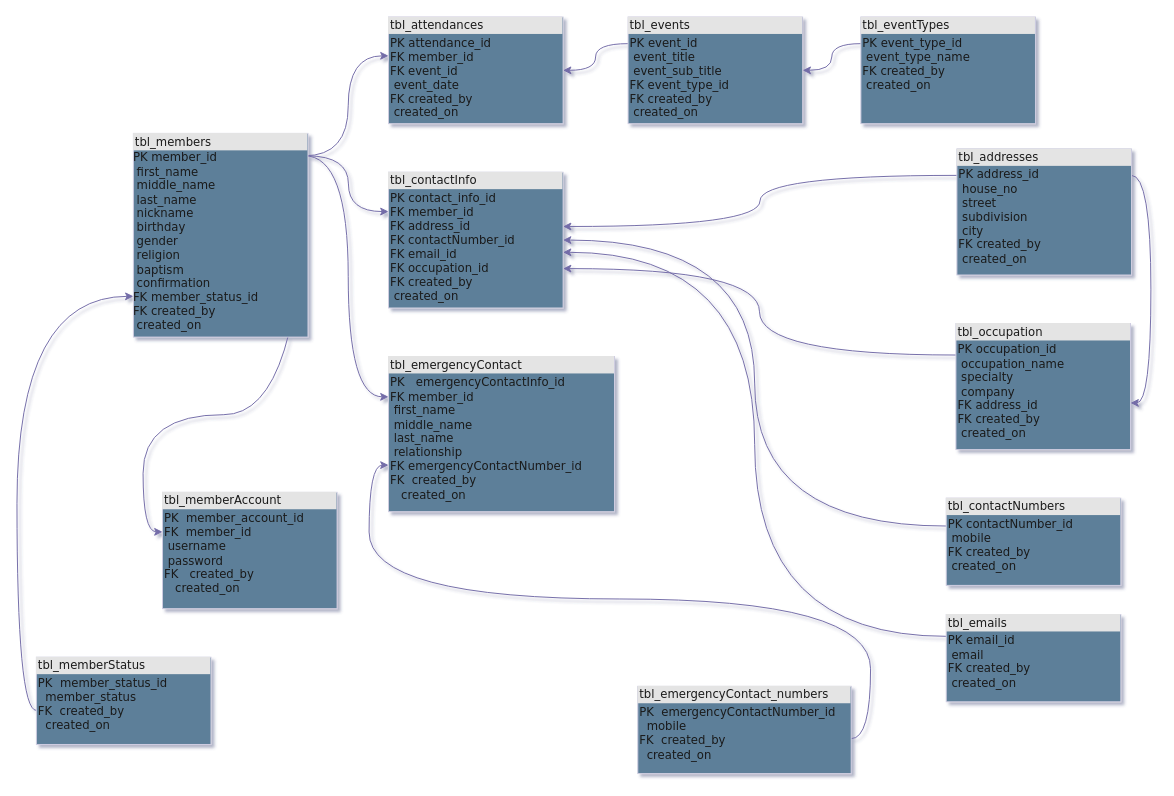
Before: BLD-App ERD.drawio in jbas1003/bld-app, a draw.io diagram. Source tidied: cells renumbered, new cells numbered last; positions are measured from the earlier drawing's top-left corner, leaving out a move shared by most shapes. Both pictures are drawn from the tidied source at 97%, with x=0, y=0 at pixel (36, 16).
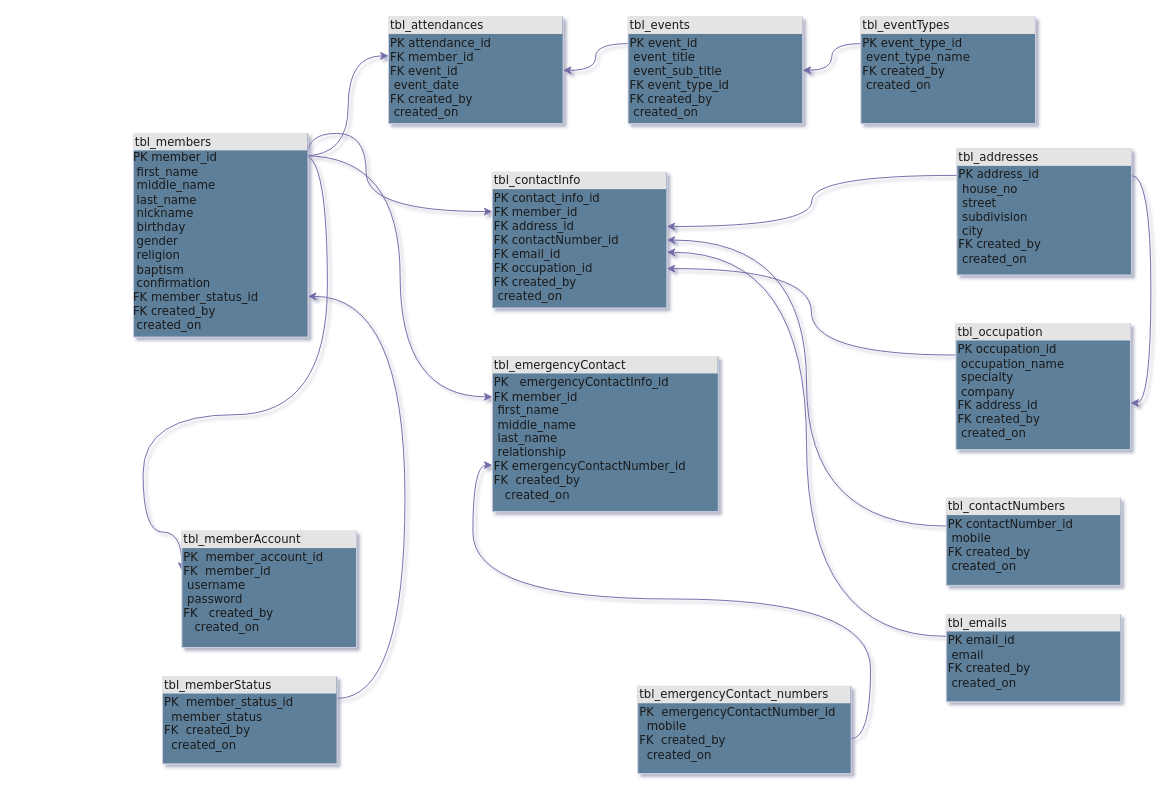
Above is the later version.

The change refers to these unchanged cells:
```xml
<mxCell id="6" value="&lt;div style=&quot;box-sizing:border-box;width:100%;background:#e4e4e4;padding:2px;&quot;&gt;tbl_members&lt;/div&gt;PK&lt;span style=&quot;white-space: pre;&quot;&gt; &lt;/span&gt;member_id&lt;br&gt;&lt;span style=&quot;white-space: pre;&quot;&gt; &lt;/span&gt;first_name&lt;br&gt;&lt;span style=&quot;white-space: pre;&quot;&gt; &lt;/span&gt;middle_name&lt;br&gt;&lt;span style=&quot;white-space: pre;&quot;&gt; &lt;/span&gt;last_name&lt;br&gt;&lt;span style=&quot;white-space: pre;&quot;&gt; &lt;/span&gt;nickname&lt;br&gt;&lt;span style=&quot;white-space: pre;&quot;&gt; &lt;/span&gt;birthday&lt;br&gt;&lt;span style=&quot;white-space: pre;&quot;&gt; &lt;/span&gt;gender&lt;br&gt;&lt;span style=&quot;white-space: pre;&quot;&gt; &lt;/span&gt;religion&lt;br&gt;&lt;span style=&quot;white-space: pre;&quot;&gt; &lt;/span&gt;baptism&lt;br&gt;&lt;span style=&quot;white-space: pre;&quot;&gt; &lt;/span&gt;confirmation&lt;br&gt;FK&lt;span style=&quot;white-space: pre;&quot;&gt; &lt;/span&gt;member_status_id&lt;br&gt;&lt;span style=&quot;white-space: pre;&quot;&gt;FK&lt;span style=&quot;white-space: pre;&quot;&gt; &lt;/span&gt;created_by&lt;br&gt;&lt;span style=&quot;white-space: pre;&quot;&gt; &lt;/span&gt;created_on &lt;/span&gt;" style="verticalAlign=top;align=left;overflow=fill;html=1;rounded=0;shadow=0;comic=0;labelBackgroundColor=none;strokeWidth=1;fontFamily=Verdana;fontSize=12;points=[[0,0,0,0,0],[0,0.11,0,0,0],[0,0.8,0,0,0],[0,0.88,0,0,0],[0,1,0,0,0],[0.25,0,0,0,0],[0.25,1,0,0,0],[0.5,0,0,0,0],[0.5,1,0,0,0],[0.75,0,0,0,0],[0.75,1,0,0,0],[0.98,0.11,0,0,0],[1,0,0,0,0],[1,0.8,0,0,0],[1,0.88,0,0,0],[1,1,0,0,0]];fillColor=#5D7F99;strokeColor=#D0CEE2;fontColor=#1A1A1A;" parent="1" vertex="1">
  <mxGeometry x="100" y="120" width="180" height="210" as="geometry" />
</mxCell>
```

What changed in the source:
```diff
@@
     <mxCell id="3" style="edgeStyle=orthogonalEdgeStyle;rounded=0;jettySize=auto;html=1;exitX=0.98;exitY=0.11;exitDx=0;exitDy=0;exitPerimeter=0;entryX=0;entryY=0.29;entryDx=0;entryDy=0;entryPerimeter=0;labelBackgroundColor=none;strokeColor=#736CA8;fontColor=default;curved=1;" parent="1" edge="1" target="11">
       <mxGeometry relative="1" as="geometry">
         <mxPoint x="279.4" y="143.1" as="sourcePoint" />
+        <Array as="points">
+          <mxPoint x="279" y="120" />
+          <mxPoint x="340" y="120" />
+          <mxPoint x="340" y="201" />
+        </Array>
       </mxGeometry>
     </mxCell>
     <mxCell id="4" style="edgeStyle=orthogonalEdgeStyle;rounded=0;jettySize=auto;html=1;exitX=0.98;exitY=0.11;exitDx=0;exitDy=0;exitPerimeter=0;entryX=0;entryY=0.34;entryDx=0;entryDy=0;entryPerimeter=0;curved=1;strokeColor=#736CA8;" parent="1" edge="1" source="6" target="24">
-      <mxGeometry relative="1" as="geometry" />
+      <mxGeometry relative="1" as="geometry">
+        <Array as="points">
+          <mxPoint x="300" y="143" />
+          <mxPoint x="300" y="410" />
+          <mxPoint x="110" y="410" />
+          <mxPoint x="110" y="531" />
+        </Array>
+      </mxGeometry>
     </mxCell>
@@
-    <mxCell id="9" style="edgeStyle=orthogonalEdgeStyle;rounded=0;jettySize=auto;html=1;exitX=0;exitY=0.61;exitDx=0;exitDy=0;exitPerimeter=0;entryX=0;entryY=0.8;entryDx=0;entryDy=0;entryPerimeter=0;labelBackgroundColor=none;strokeColor=#736CA8;fontColor=default;curved=1;" parent="1" edge="1" source="10" target="6">
-      <mxGeometry relative="1" as="geometry" />
+    <mxCell id="9" style="edgeStyle=orthogonalEdgeStyle;rounded=0;jettySize=auto;html=1;exitX=1;exitY=0.25;exitDx=0;exitDy=0;exitPerimeter=0;entryX=1;entryY=0.8;entryDx=0;entryDy=0;entryPerimeter=0;curved=1;strokeColor=#736CA8;" parent="1" edge="1" source="10" target="6">
+      <mxGeometry relative="1" as="geometry">
+        <Array as="points">
+          <mxPoint x="380" y="702" />
+          <mxPoint x="380" y="288" />
+        </Array>
+      </mxGeometry>
     </mxCell>
     <mxCell id="10" value="&lt;div style=&quot;box-sizing:border-box;width:100%;background:#e4e4e4;padding:2px;&quot;&gt;tbl_memberStatus&lt;/div&gt;&lt;table style=&quot;width:100%;font-size:1em;&quot; cellpadding=&quot;2&quot; cellspacing=&quot;0&quot;&gt;&lt;tbody&gt;&lt;tr&gt;&lt;td&gt;PK&lt;span style=&quot;white-space: pre;&quot;&gt; &lt;span style=&quot;white-space: pre;&quot;&gt; &lt;/span&gt;&lt;/span&gt;member_status_id&lt;br&gt;&lt;span style=&quot;white-space: pre;&quot;&gt; &lt;span style=&quot;white-space: pre;&quot;&gt; &lt;/span&gt;&lt;/span&gt;member_status&lt;br&gt;FK&lt;span style=&quot;white-space: pre;&quot;&gt; &lt;span style=&quot;white-space: pre;&quot;&gt; &lt;/span&gt;&lt;/span&gt;created_by&lt;br&gt;&lt;span style=&quot;white-space: pre;&quot;&gt; &lt;span style=&quot;white-space: pre;&quot;&gt; &lt;/span&gt;&lt;/span&gt;created_on&lt;br&gt;&lt;/td&gt;&lt;td&gt;&lt;/td&gt;&lt;/tr&gt;&lt;/tbody&gt;&lt;/table&gt;" style="verticalAlign=top;align=left;overflow=fill;html=1;rounded=0;shadow=0;comic=0;labelBackgroundColor=none;strokeWidth=1;fontFamily=Verdana;fontSize=12;points=[[0,0,0,0,0],[0,0.28,0,0,0],[0,0.61,0,0,0],[0,0.75,0,0,0],[0,1,0,0,0],[0.25,0,0,0,0],[0.25,1,0,0,0],[0.5,0,0,0,0],[0.5,1,0,0,0],[0.75,0,0,0,0],[0.75,1,0,0,0],[1,0,0,0,0],[1,0.25,0,0,0],[1,0.61,0,0,0],[1,0.75,0,0,0],[1,1,0,0,0]];fillColor=#5D7F99;strokeColor=#D0CEE2;fontColor=#1A1A1A;" parent="1" vertex="1">
-      <mxGeometry y="660" width="180" height="90" as="geometry" />
+      <mxGeometry x="130" y="680" width="180" height="90" as="geometry" />
     </mxCell>
     <mxCell id="11" value="&lt;div style=&quot;box-sizing: border-box ; width: 100% ; background: #e4e4e4 ; padding: 2px&quot;&gt;tbl_contactInfo&lt;/div&gt;&lt;table style=&quot;width: 100% ; font-size: 1em&quot; cellpadding=&quot;2&quot; cellspacing=&quot;0&quot;&gt;&lt;tbody&gt;&lt;tr&gt;&lt;td&gt;PK&lt;span style=&quot;white-space: pre;&quot;&gt; &lt;/span&gt;contact_info_id&lt;br&gt;FK&lt;span style=&quot;white-space: pre;&quot;&gt; &lt;/span&gt;member_id&lt;br&gt;FK&lt;span style=&quot;white-space: pre;&quot;&gt; &lt;/span&gt;address_id&lt;br&gt;FK&lt;span style=&quot;white-space: pre;&quot;&gt; &lt;/span&gt;contactNumber_id&lt;br&gt;FK&lt;span style=&quot;white-space: pre;&quot;&gt; &lt;/span&gt;email_id&lt;br&gt;FK&lt;span style=&quot;white-space: pre;&quot;&gt; &lt;/span&gt;occupation_id&lt;br&gt;FK&lt;span style=&quot;white-space: pre;&quot;&gt; &lt;/span&gt;created_by&lt;br&gt;&lt;span style=&quot;white-space: pre;&quot;&gt; &lt;/span&gt;created_on&lt;br&gt;&lt;/td&gt;&lt;td&gt;&lt;/td&gt;&lt;/tr&gt;&lt;/tbody&gt;&lt;/table&gt;" style="verticalAlign=top;align=left;overflow=fill;html=1;rounded=0;shadow=0;comic=0;labelBackgroundColor=none;strokeWidth=1;fontFamily=Verdana;fontSize=12;points=[[0,0,0,0,0],[0,0.2,0,0,0],[0,0.29,0,0,0],[0,0.4,0,0,0],[0,0.5,0,0,0],[0,0.59,0,0,0],[0,0.71,0,0,0],[0,0.82,0,0,0],[0,1,0,0,0],[0.25,0,0,0,0],[0.25,1,0,0,0],[0.5,0,0,0,0],[0.5,1,0,0,0],[0.75,0,0,0,0],[0.75,1,0,0,0],[1,0,0,0,0],[1,0.2,0,0,0],[1,0.29,0,0,0],[1,0.4,0,0,0],[1,0.5,0,0,0],[1,0.59,0,0,0],[1,0.71,0,0,0],[1,0.82,0,0,0],[1,1,0,0,0]];fillColor=#5D7F99;strokeColor=#D0CEE2;fontColor=#1A1A1A;" parent="1" vertex="1">
-      <mxGeometry x="363" y="160" width="180" height="140" as="geometry" />
+      <mxGeometry x="470" y="160" width="180" height="140" as="geometry" />
     </mxCell>
@@
     <mxCell id="24" value="&lt;div style=&quot;box-sizing:border-box;width:100%;background:#e4e4e4;padding:2px;&quot;&gt;tbl_memberAccount&lt;/div&gt;&lt;table style=&quot;width:100%;font-size:1em;&quot; cellpadding=&quot;2&quot; cellspacing=&quot;0&quot;&gt;&lt;tbody&gt;&lt;tr&gt;&lt;td&gt;PK&lt;span style=&quot;white-space: pre;&quot;&gt; &lt;span style=&quot;white-space: pre;&quot;&gt; &lt;/span&gt;&lt;/span&gt;member_account_id&lt;br&gt;FK&lt;span style=&quot;white-space: pre;&quot;&gt; &lt;span style=&quot;white-space: pre;&quot;&gt; &lt;/span&gt;&lt;/span&gt;member_id&lt;br&gt;&lt;span style=&quot;white-space: pre;&quot;&gt; &lt;/span&gt;username&lt;br&gt;&lt;span style=&quot;white-space: pre;&quot;&gt; &lt;/span&gt;password&lt;br&gt;FK&lt;span style=&quot;white-space: pre;&quot;&gt; &lt;span style=&quot;white-space: pre;&quot;&gt; &lt;span style=&quot;white-space: pre;&quot;&gt; &lt;/span&gt;&lt;/span&gt;&lt;/span&gt;created_by&lt;br&gt;&lt;span style=&quot;white-space: pre;&quot;&gt; &lt;span style=&quot;white-space: pre;&quot;&gt; &lt;span style=&quot;white-space: pre;&quot;&gt; &lt;/span&gt;&lt;/span&gt;&lt;/span&gt;created_on&lt;br&gt;&lt;/td&gt;&lt;td&gt;&lt;/td&gt;&lt;/tr&gt;&lt;/tbody&gt;&lt;/table&gt;" style="verticalAlign=top;align=left;overflow=fill;html=1;rounded=0;shadow=0;comic=0;labelBackgroundColor=none;strokeWidth=1;fontFamily=Verdana;fontSize=12;points=[[0,0,0,0,0],[0,0.22,0,0,0],[0,0.34,0,0,0],[0,0.61,0,0,0],[0,1,0,0,0],[0.25,0,0,0,0],[0.25,1,0,0,0],[0.5,0,0,0,0],[0.5,1,0,0,0],[0.75,0,0,0,0],[0.75,1,0,0,0],[1,0,0,0,0],[1,0.25,0,0,0],[1,0.5,0,0,0],[1,0.64,0,0,0],[1,1,0,0,0]];fillColor=#5D7F99;strokeColor=#D0CEE2;fontColor=#1A1A1A;" parent="1" vertex="1">
-      <mxGeometry x="130" y="490" width="180" height="120" as="geometry" />
+      <mxGeometry x="150" y="530" width="180" height="120" as="geometry" />
     </mxCell>
     <mxCell id="25" value="&lt;div style=&quot;box-sizing: border-box ; width: 100% ; background: #e4e4e4 ; padding: 2px&quot;&gt;tbl_emergencyContact&lt;/div&gt;&lt;table style=&quot;width: 100% ; font-size: 1em&quot; cellpadding=&quot;2&quot; cellspacing=&quot;0&quot;&gt;&lt;tbody&gt;&lt;tr&gt;&lt;td&gt;PK&lt;span style=&quot;white-space: pre;&quot;&gt; &lt;span style=&quot;white-space: pre;&quot;&gt; &lt;span style=&quot;white-space: pre;&quot;&gt; &lt;/span&gt;&lt;/span&gt;&lt;/span&gt;emergencyContactInfo_id&lt;br&gt;FK&lt;span style=&quot;white-space: pre;&quot;&gt; &lt;/span&gt;member_id&lt;br&gt;&lt;span style=&quot;white-space: pre;&quot;&gt; &lt;/span&gt;first_name&lt;br&gt;&lt;span style=&quot;white-space: pre;&quot;&gt; &lt;/span&gt;middle_name&lt;br&gt;&lt;span style=&quot;white-space: pre;&quot;&gt; &lt;/span&gt;last_name&lt;br&gt;&lt;span style=&quot;white-space: pre;&quot;&gt; &lt;/span&gt;relationship&lt;br&gt;FK&lt;span style=&quot;white-space: pre;&quot;&gt; &lt;/span&gt;emergencyContactNumber_id&lt;br&gt;FK&lt;span style=&quot;white-space: pre;&quot;&gt; &lt;span style=&quot;white-space: pre;&quot;&gt; &lt;/span&gt;&lt;/span&gt;created_by&lt;br&gt;&lt;span style=&quot;white-space: pre;&quot;&gt; &lt;span style=&quot;white-space: pre;&quot;&gt; &lt;span style=&quot;white-space: pre;&quot;&gt; &lt;/span&gt;&lt;/span&gt;&lt;/span&gt;created_on&lt;br&gt;&lt;/td&gt;&lt;td&gt;&lt;/td&gt;&lt;/tr&gt;&lt;/tbody&gt;&lt;/table&gt;" style="verticalAlign=top;align=left;overflow=fill;html=1;rounded=0;shadow=0;comic=0;labelBackgroundColor=none;strokeWidth=1;fontFamily=Verdana;fontSize=12;points=[[0,0,0,0,0],[0,0.16,0,0,0],[0,0.26,0,0,0],[0,0.45,0,0,0],[0,0.58,0,0,0],[0,0.7,0,0,0],[0,1,0,0,0],[0.25,0,0,0,0],[0.25,1,0,0,0],[0.5,0,0,0,0],[0.5,1,0,0,0],[0.75,0,0,0,0],[0.75,1,0,0,0],[1,0,0,0,0],[1,0.2,0,0,0],[1,0.34,0,0,0],[1,0.45,0,0,0],[1,0.58,0,0,0],[1,0.7,0,0,0],[1,1,0,0,0]];fillColor=#5D7F99;strokeColor=#D0CEE2;fontColor=#1A1A1A;" parent="1" vertex="1">
-      <mxGeometry x="363" y="350" width="233" height="160" as="geometry" />
+      <mxGeometry x="470" y="350" width="233" height="160" as="geometry" />
     </mxCell>
```
